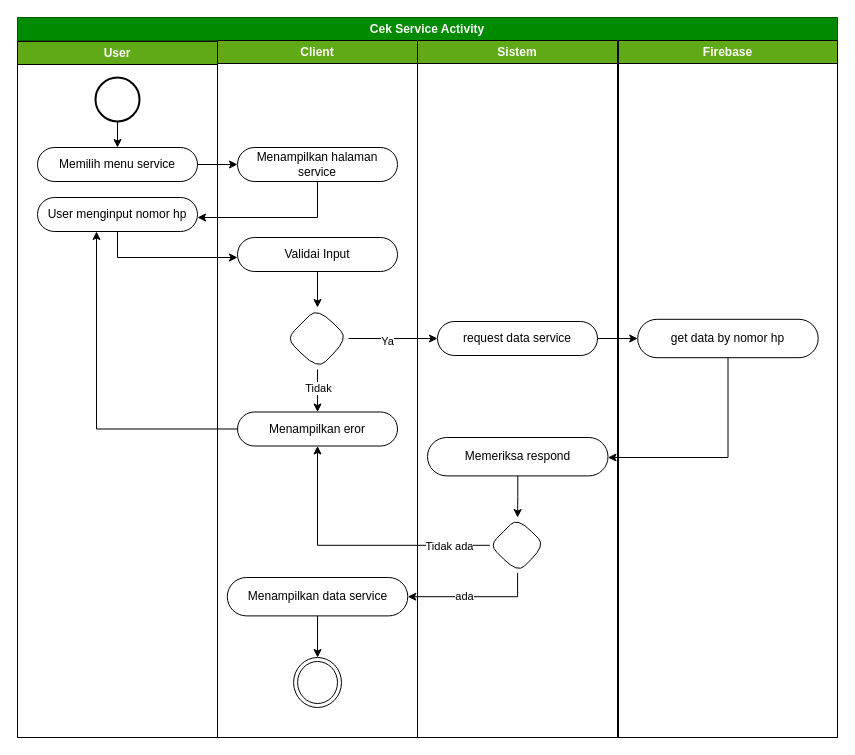
The draw.io diagram page "activiti service user" (14 of 42) of skrpsian.drawio in ThikerXCX/umltoko, before the edit. Source tidied: cells renumbered, new cells numbered last; positions are measured from the earlier drawing's top-left corner, leaving out a move shared by most shapes. Both pictures are drawn from the tidied source at 100%, with x=0, y=0 at pixel (17, 17).
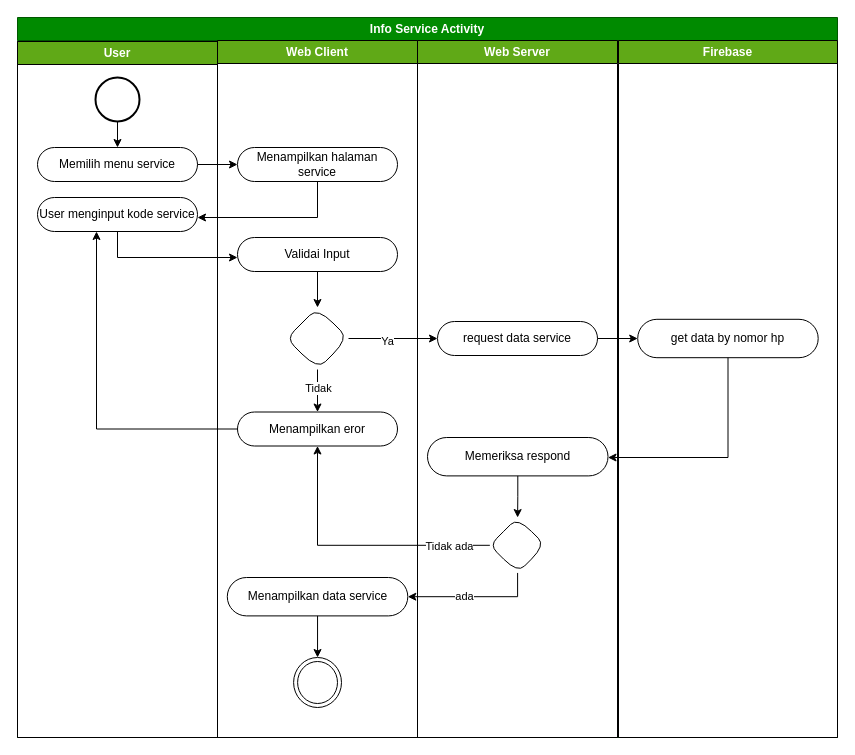
The same page after the edit.

Unchanged cells that the change refers to:
```xml
<mxCell id="3" value="User" style="swimlane;whiteSpace=wrap;html=1;fillColor=#60a917;strokeColor=#000000;fontColor=#ffffff;" parent="2" vertex="1">
  <mxGeometry y="24" width="200" height="696" as="geometry" />
</mxCell>
```

The edit, as a diff of the source:
```diff
@@
-    <mxCell id="2" value="Cek Service Activity" style="swimlane;whiteSpace=wrap;html=1;fillColor=#008a00;fontColor=#ffffff;strokeColor=#005700;" parent="1" vertex="1">
+    <mxCell id="2" value="Info Service Activity" style="swimlane;whiteSpace=wrap;html=1;fillColor=#008a00;fontColor=#ffffff;strokeColor=#005700;" parent="1" vertex="1">
       <mxGeometry width="820" height="720" as="geometry" />
     </mxCell>
@@
-    <mxCell id="7" value="User menginput nomor hp" style="rounded=1;whiteSpace=wrap;html=1;arcSize=50;fillColor=none;" parent="3" vertex="1">
+    <mxCell id="7" value="User menginput kode service" style="rounded=1;whiteSpace=wrap;html=1;arcSize=50;fillColor=none;" parent="3" vertex="1">
       <mxGeometry x="20" y="156" width="160" height="34" as="geometry" />
     </mxCell>
-    <mxCell id="8" value="Client" style="swimlane;whiteSpace=wrap;html=1;fillColor=#60a917;startSize=23;strokeColor=#000000;fontColor=#ffffff;" parent="2" vertex="1">
+    <mxCell id="8" value="Web Client" style="swimlane;whiteSpace=wrap;html=1;fillColor=#60a917;startSize=23;strokeColor=#000000;fontColor=#ffffff;" parent="2" vertex="1">
       <mxGeometry x="200" y="23" width="200" height="697" as="geometry" />
     </mxCell>
@@
-    <mxCell id="29" value="Sistem" style="swimlane;whiteSpace=wrap;html=1;fillColor=#60a917;startSize=23;strokeColor=#000000;fontColor=#ffffff;" parent="2" vertex="1">
+    <mxCell id="29" value="Web Server" style="swimlane;whiteSpace=wrap;html=1;fillColor=#60a917;startSize=23;strokeColor=#000000;fontColor=#ffffff;" parent="2" vertex="1">
       <mxGeometry x="400" y="23" width="200" height="697" as="geometry" />
     </mxCell>
```
